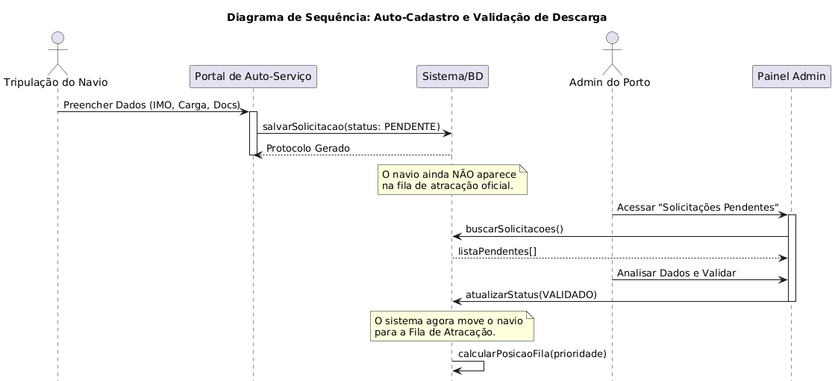
The PlantUML diagram Docs/Diagramas/Imagens/Sequencia_3.png in Lucas2Araujo/App_ADMPortuaria, before a commit.
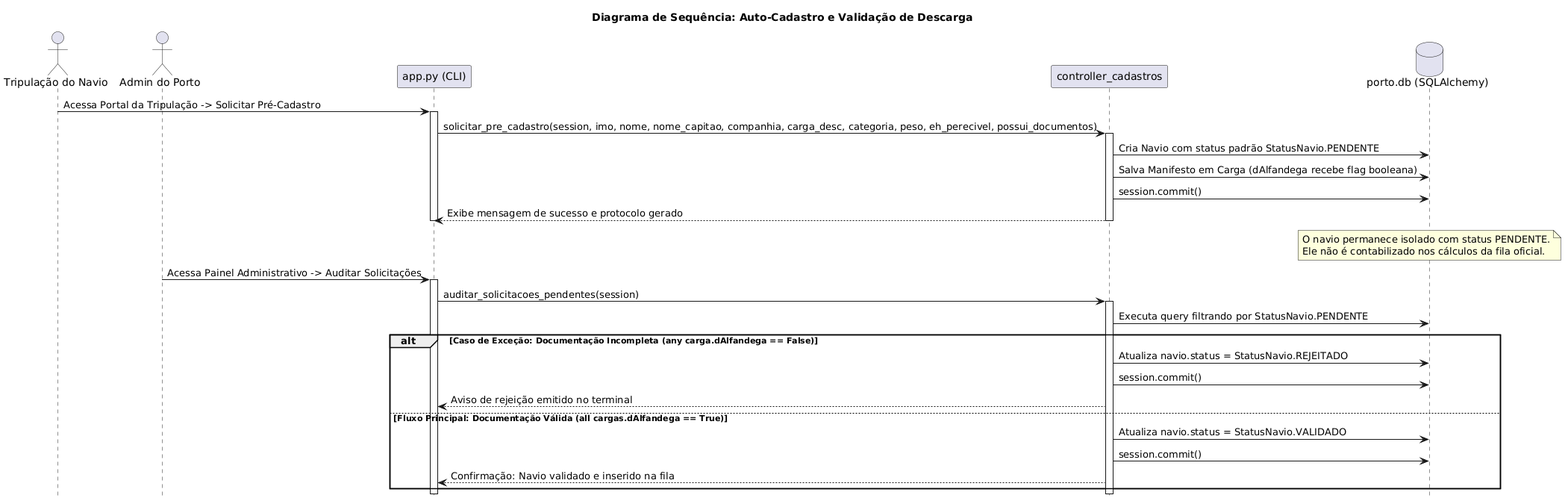
The same file after the commit.

Diff of the diagram source:
```diff
@@ -3,29 +3,39 @@
 hide footbox
 
 actor "Tripulação do Navio" as Crew
-participant "Portal de Auto-Serviço" as UI_Crew
-participant "Sistema/BD" as DB
 actor "Admin do Porto" as Admin
-participant "Painel Admin" as UI_Admin
+participant "app.py (CLI)" as CLI
+participant "controller_cadastros" as CtrlCad
+database "porto.db (SQLAlchemy)" as DB
 
-Crew -> UI_Crew: Preencher Dados (IMO, Carga, Docs)
-activate UI_Crew
-UI_Crew -> DB: salvarSolicitacao(status: PENDENTE)
-DB --> UI_Crew: Protocolo Gerado
-deactivate UI_Crew
+Crew -> CLI: Acessa Portal da Tripulação -> Solicitar Pré-Cadastro
+activate CLI
+CLI -> CtrlCad: solicitar_pre_cadastro(session, imo, nome, nome_capitao, companhia, carga_desc, categoria, peso, eh_perecivel, possui_documentos)
+activate CtrlCad
+CtrlCad -> DB: Cria Navio com status padrão StatusNavio.PENDENTE
+CtrlCad -> DB: Salva Manifesto em Carga (dAlfandega recebe flag booleana)
+CtrlCad -> DB: session.commit()
+CtrlCad --> CLI: Exibe mensagem de sucesso e protocolo gerado
+deactivate CtrlCad
+deactivate CLI
 
-note over DB: O navio ainda NÃO aparece\nna fila de atracação oficial.
+note over DB: O navio permanece isolado com status PENDENTE.\nEle não é contabilizado nos cálculos da fila oficial.
 
-Admin -> UI_Admin: Acessar "Solicitações Pendentes"
-activate UI_Admin
-UI_Admin -> DB: buscarSolicitacoes()
-DB --> UI_Admin: listaPendentes[]
+Admin -> CLI: Acessa Painel Administrativo -> Auditar Solicitações
+activate CLI
+CLI -> CtrlCad: auditar_solicitacoes_pendentes(session)
+activate CtrlCad
+CtrlCad -> DB: Executa query filtrando por StatusNavio.PENDENTE
 
-Admin -> UI_Admin: Analisar Dados e Validar
-UI_Admin -> DB: atualizarStatus(VALIDADO)
-deactivate UI_Admin
-
-note over DB: O sistema agora move o navio\npara a Fila de Atracação.
-
-DB -> DB: calcularPosicaoFila(prioridade)
+alt Caso de Exceção: Documentação Incompleta (any carga.dAlfandega == False)
+    CtrlCad -> DB: Atualiza navio.status = StatusNavio.REJEITADO
+    CtrlCad -> DB: session.commit()
+    CtrlCad --> CLI: Aviso de rejeição emitido no terminal
+else Fluxo Principal: Documentação Válida (all cargas.dAlfandega == True)
+    CtrlCad -> DB: Atualiza navio.status = StatusNavio.VALIDADO
+    CtrlCad -> DB: session.commit()
+    CtrlCad --> CLI: Confirmação: Navio validado e inserido na fila
+end
+deactivate CtrlCad
+deactivate CLI
 @enduml
```
